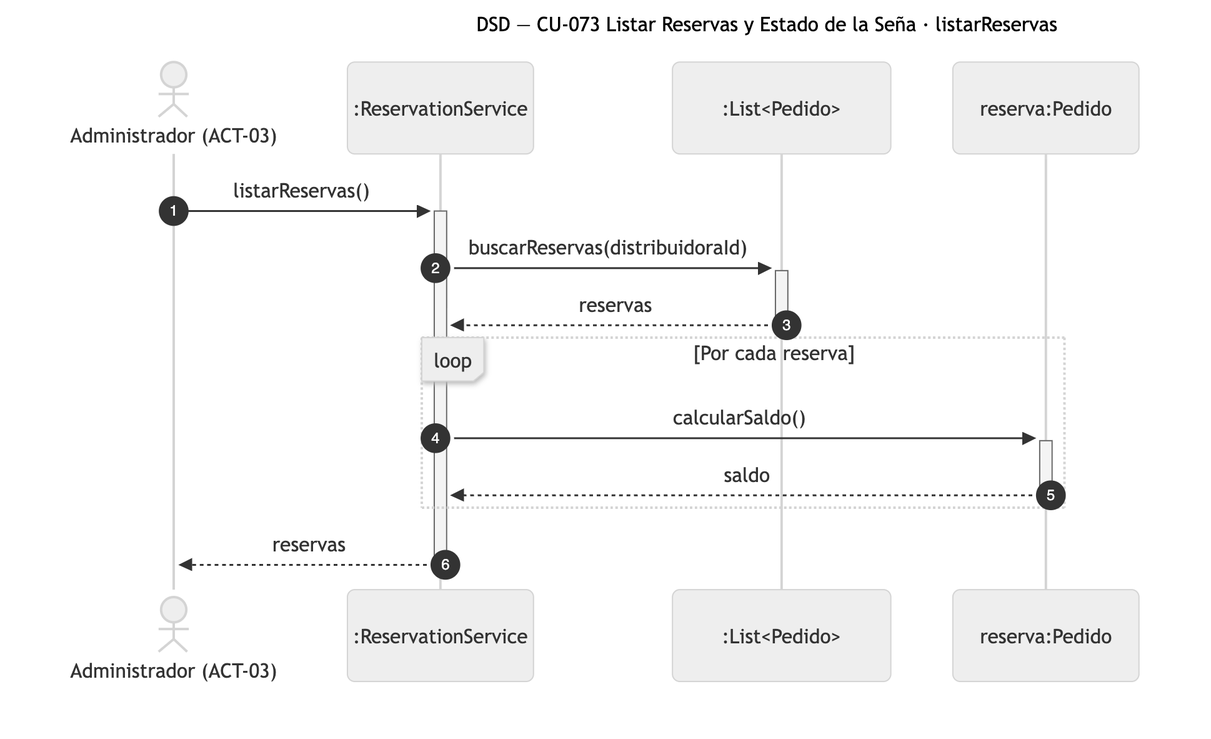
This is diagramas/png/DSD_CU-073_listarReservas.png from Nahuelito-Dev/splg-docs, a Mermaid export, as it was before one commit. Its source is kept beside it as diagramas/DSD_CU-073_listarReservas.mmd. The source it was exported from:
```mermaid
sequenceDiagram
    title DSD — CU-073 Listar Reservas y Estado de la Seña · listarReservas
    autonumber
    actor ADM as Administrador (ACT-03)
    participant SRV as :ReservationService
    participant COL as :List#lt;Pedido#gt;
    participant PED as reserva:Pedido

    ADM->>+SRV: listarReservas()
    SRV->>+COL: buscarReservas(distribuidoraId)
    COL-->>-SRV: reservas
    loop Por cada reserva
        SRV->>+PED: calcularSaldo()
        PED-->>-SRV: saldo
    end
    SRV-->>-ADM: reservas
```
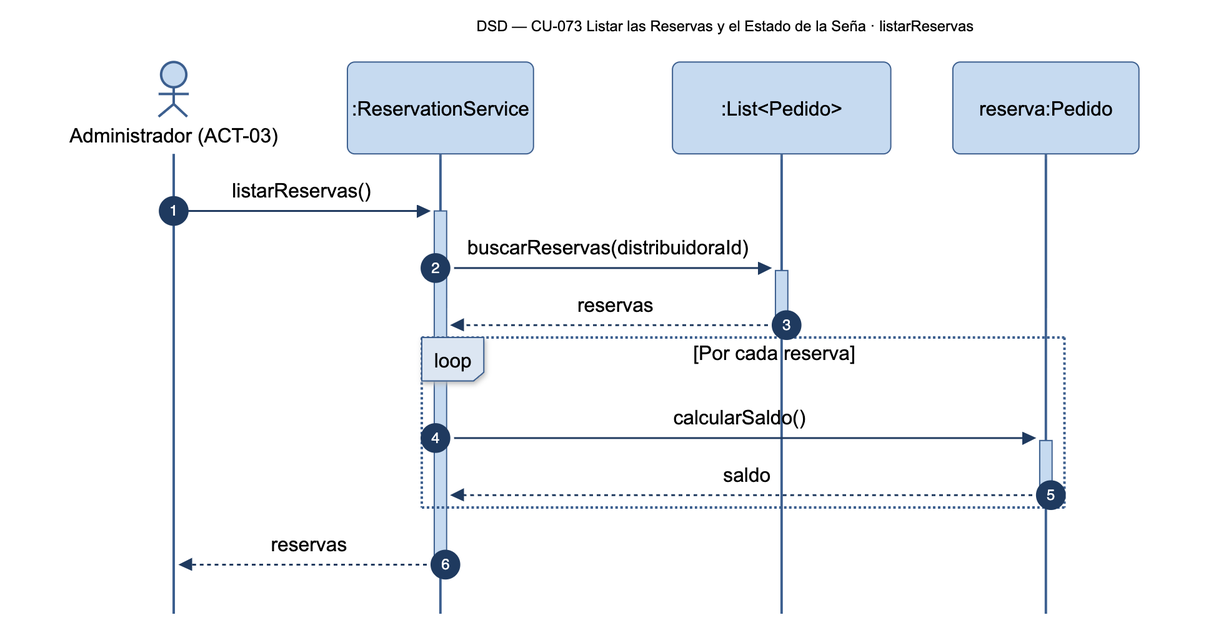
The same diagram one commit later.

Change to the diagram source:
```diff
@@ -1,5 +1,5 @@
 sequenceDiagram
-    title DSD — CU-073 Listar Reservas y Estado de la Seña · listarReservas
+    title DSD — CU-073 Listar las Reservas y el Estado de la Seña · listarReservas
     autonumber
     actor ADM as Administrador (ACT-03)
     participant SRV as :ReservationService
```
